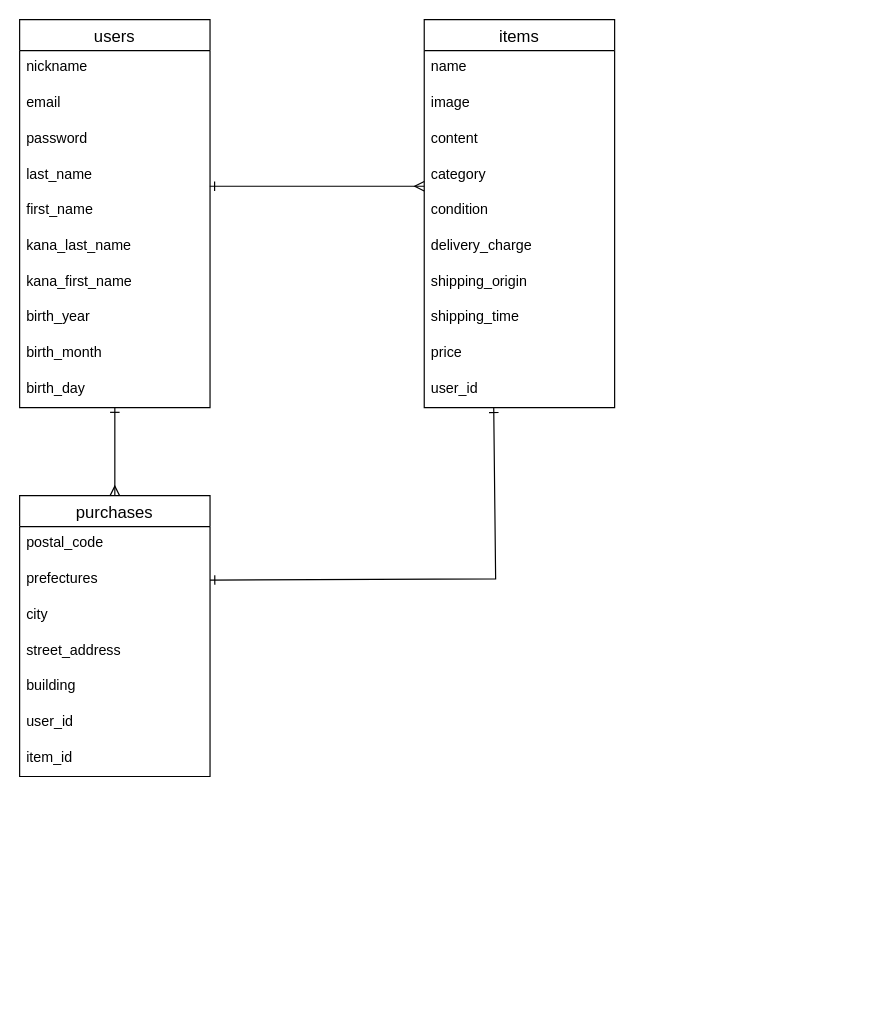
Before: furima.dio in Yosshi1988/furima-39805, a draw.io diagram. Source tidied: cells renumbered, new cells numbered last; positions are measured from the earlier drawing's top-left corner, leaving out a move shared by most shapes. Both pictures are drawn from the tidied source at 119%, with x=0, y=0 at pixel (19, 19).
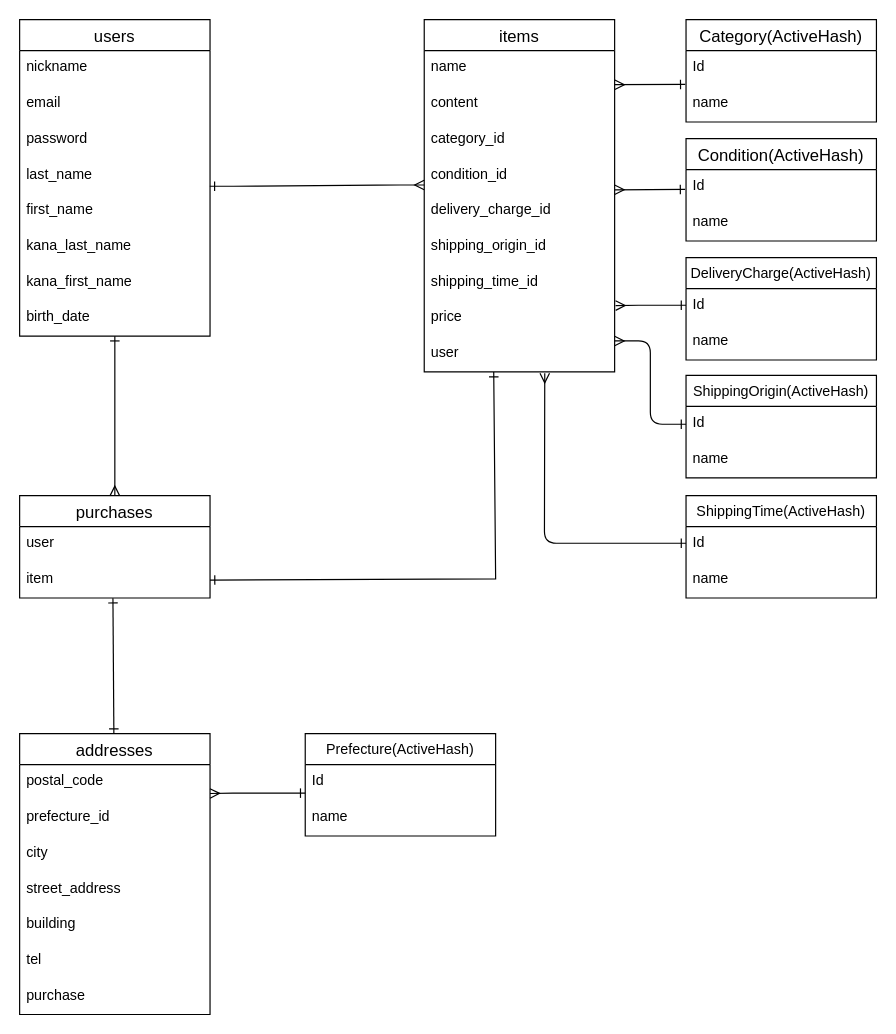
The same diagram, later.

Commit message (it also covers changes not shown here):
データーベース設計(修正)

The change refers to these unchanged cells:
```xml
<mxCell id="6" value="last_name" style="text;strokeColor=none;fillColor=none;spacingLeft=4;spacingRight=4;overflow=hidden;points=[[0,0.5],[1,0.5]];portConstraint=eastwest;fontSize=12;" parent="2" vertex="1">
  <mxGeometry y="116" width="160" height="30" as="geometry" />
</mxCell>
<mxCell id="14" value="name" style="text;strokeColor=none;fillColor=none;spacingLeft=4;spacingRight=4;overflow=hidden;points=[[0,0.5],[1,0.5]];portConstraint=eastwest;fontSize=12;" parent="13" vertex="1">
  <mxGeometry y="26" width="160" height="30" as="geometry" />
</mxCell>
```

The edit, as a diff of the source:
```diff
@@
     <mxCell id="2" value="users" style="swimlane;fontStyle=0;horizontal=1;startSize=26;align=center;fontSize=14;" parent="1" vertex="1">
-      <mxGeometry width="160" height="326" as="geometry" />
+      <mxGeometry width="160" height="266" as="geometry" />
     </mxCell>
@@
-    <mxCell id="10" value="birth_year" style="text;strokeColor=none;fillColor=none;spacingLeft=4;spacingRight=4;overflow=hidden;fontSize=12;" parent="2" vertex="1">
+    <mxCell id="10" value="birth_date" style="text;strokeColor=none;fillColor=none;spacingLeft=4;spacingRight=4;overflow=hidden;fontSize=12;" parent="2" vertex="1">
       <mxGeometry y="236" width="160" height="30" as="geometry" />
     </mxCell>
-    <mxCell id="11" value="birth_month" style="text;strokeColor=none;fillColor=none;spacingLeft=4;spacingRight=4;overflow=hidden;fontSize=12;" parent="2" vertex="1">
-      <mxGeometry y="266" width="160" height="30" as="geometry" />
-    </mxCell>
-    <mxCell id="12" value="birth_day" style="text;strokeColor=none;fillColor=none;spacingLeft=4;spacingRight=4;overflow=hidden;fontSize=12;" parent="2" vertex="1">
-      <mxGeometry y="296" width="160" height="30" as="geometry" />
-    </mxCell>
     <mxCell id="13" value="items" style="swimlane;fontStyle=0;horizontal=1;startSize=26;align=center;fontSize=14;" parent="1" vertex="1">
-      <mxGeometry x="340" width="160" height="326" as="geometry" />
+      <mxGeometry x="340" width="160" height="296" as="geometry" />
     </mxCell>
@@
-    <mxCell id="15" value="image" style="text;strokeColor=none;fillColor=none;spacingLeft=4;spacingRight=4;overflow=hidden;fontSize=12;" parent="13" vertex="1">
-      <mxGeometry y="56" width="160" height="30" as="geometry" />
-    </mxCell>
     <mxCell id="16" value="content" style="text;strokeColor=none;fillColor=none;spacingLeft=4;spacingRight=4;overflow=hidden;fontSize=12;" parent="13" vertex="1">
-      <mxGeometry y="86" width="160" height="30" as="geometry" />
+      <mxGeometry y="56" width="160" height="30" as="geometry" />
     </mxCell>
-    <mxCell id="17" value="category" style="text;strokeColor=none;fillColor=none;spacingLeft=4;spacingRight=4;overflow=hidden;points=[[0,0.5],[1,0.5]];portConstraint=eastwest;fontSize=12;" parent="13" vertex="1">
-      <mxGeometry y="116" width="160" height="30" as="geometry" />
+    <mxCell id="17" value="category_id" style="text;strokeColor=none;fillColor=none;spacingLeft=4;spacingRight=4;overflow=hidden;points=[[0,0.5],[1,0.5]];portConstraint=eastwest;fontSize=12;" parent="13" vertex="1">
+      <mxGeometry y="86" width="160" height="30" as="geometry" />
     </mxCell>
-    <mxCell id="18" value="condition" style="text;strokeColor=none;fillColor=none;spacingLeft=4;spacingRight=4;overflow=hidden;points=[[0,0.5],[1,0.5]];portConstraint=eastwest;fontSize=12;" parent="13" vertex="1">
-      <mxGeometry y="146" width="160" height="30" as="geometry" />
+    <mxCell id="18" value="condition_id" style="text;strokeColor=none;fillColor=none;spacingLeft=4;spacingRight=4;overflow=hidden;points=[[0,0.5],[1,0.5]];portConstraint=eastwest;fontSize=12;" parent="13" vertex="1">
+      <mxGeometry y="116" width="160" height="30" as="geometry" />
     </mxCell>
-    <mxCell id="19" value="delivery_charge" style="text;strokeColor=none;fillColor=none;spacingLeft=4;spacingRight=4;overflow=hidden;fontSize=12;" parent="13" vertex="1">
-      <mxGeometry y="176" width="160" height="30" as="geometry" />
+    <mxCell id="19" value="delivery_charge_id" style="text;strokeColor=none;fillColor=none;spacingLeft=4;spacingRight=4;overflow=hidden;fontSize=12;" parent="13" vertex="1">
+      <mxGeometry y="146" width="160" height="30" as="geometry" />
     </mxCell>
-    <mxCell id="20" value="shipping_origin" style="text;strokeColor=none;fillColor=none;spacingLeft=4;spacingRight=4;overflow=hidden;fontSize=12;" parent="13" vertex="1">
-      <mxGeometry y="206" width="160" height="30" as="geometry" />
+    <mxCell id="20" value="shipping_origin_id" style="text;strokeColor=none;fillColor=none;spacingLeft=4;spacingRight=4;overflow=hidden;fontSize=12;" parent="13" vertex="1">
+      <mxGeometry y="176" width="160" height="30" as="geometry" />
     </mxCell>
-    <mxCell id="21" value="shipping_time" style="text;strokeColor=none;fillColor=none;spacingLeft=4;spacingRight=4;overflow=hidden;fontSize=12;" parent="13" vertex="1">
-      <mxGeometry y="236" width="160" height="30" as="geometry" />
+    <mxCell id="21" value="shipping_time_id" style="text;strokeColor=none;fillColor=none;spacingLeft=4;spacingRight=4;overflow=hidden;fontSize=12;" parent="13" vertex="1">
+      <mxGeometry y="206" width="160" height="30" as="geometry" />
     </mxCell>
     <mxCell id="22" value="price" style="text;strokeColor=none;fillColor=none;spacingLeft=4;spacingRight=4;overflow=hidden;fontSize=12;" parent="13" vertex="1">
-      <mxGeometry y="266" width="160" height="30" as="geometry" />
+      <mxGeometry y="236" width="160" height="30" as="geometry" />
     </mxCell>
-    <mxCell id="23" value="user_id" style="text;strokeColor=none;fillColor=none;spacingLeft=4;spacingRight=4;overflow=hidden;points=[[0,0.5],[1,0.5]];portConstraint=eastwest;fontSize=12;" parent="13" vertex="1">
-      <mxGeometry y="296" width="160" height="30" as="geometry" />
+    <mxCell id="23" value="user" style="text;strokeColor=none;fillColor=none;spacingLeft=4;spacingRight=4;overflow=hidden;points=[[0,0.5],[1,0.5]];portConstraint=eastwest;fontSize=12;" parent="13" vertex="1">
+      <mxGeometry y="266" width="160" height="30" as="geometry" />
     </mxCell>
-    <mxCell id="24" value="purchases" style="swimlane;fontStyle=0;horizontal=1;startSize=26;align=center;fontSize=14;" parent="1" vertex="1">
-      <mxGeometry y="400" width="160" height="236" as="geometry" />
+    <mxCell id="24" value="addresses" style="swimlane;fontStyle=0;horizontal=1;startSize=26;align=center;fontSize=14;" parent="1" vertex="1">
+      <mxGeometry y="600" width="160" height="236" as="geometry" />
     </mxCell>
@@
-    <mxCell id="26" value="prefectures" style="text;strokeColor=none;fillColor=none;spacingLeft=4;spacingRight=4;overflow=hidden;points=[[0,0.5],[1,0.5]];portConstraint=eastwest;fontSize=12;" parent="24" vertex="1">
+    <mxCell id="26" value="prefecture_id" style="text;strokeColor=none;fillColor=none;spacingLeft=4;spacingRight=4;overflow=hidden;points=[[0,0.5],[1,0.5]];portConstraint=eastwest;fontSize=12;" parent="24" vertex="1">
       <mxGeometry y="56" width="160" height="30" as="geometry" />
     </mxCell>
@@
-    <mxCell id="30" value="user_id" style="text;strokeColor=none;fillColor=none;spacingLeft=4;spacingRight=4;overflow=hidden;fontSize=12;" parent="24" vertex="1">
+    <mxCell id="30" value="tel" style="text;strokeColor=none;fillColor=none;spacingLeft=4;spacingRight=4;overflow=hidden;fontSize=12;" parent="24" vertex="1">
       <mxGeometry y="176" width="160" height="30" as="geometry" />
     </mxCell>
-    <mxCell id="31" value="item_id" style="text;strokeColor=none;fillColor=none;spacingLeft=4;spacingRight=4;overflow=hidden;fontSize=12;" parent="24" vertex="1">
-      <mxGeometry y="206" width="160" height="30" as="geometry" />
-    </mxCell>
+    <mxCell id="35" value="purchase" style="text;strokeColor=none;fillColor=none;spacingLeft=4;spacingRight=4;overflow=hidden;fontSize=12;" parent="24" vertex="1">
+      <mxGeometry y="206" width="160" height="30" as="geometry" />
+    </mxCell>
-    <mxCell id="32" style="edgeStyle=entityRelationEdgeStyle;fontSize=12;html=1;endArrow=ERmany;strokeWidth=1;startSize=6;jumpSize=6;exitX=0.999;exitY=0.8;exitDx=0;exitDy=0;exitPerimeter=0;entryX=0;entryY=0.8;entryDx=0;entryDy=0;entryPerimeter=0;endFill=0;startArrow=ERone;startFill=0;" parent="1" edge="1" source="6" target="17">
+    <mxCell id="32" style="edgeStyle=entityRelationEdgeStyle;fontSize=12;html=1;endArrow=ERmany;strokeWidth=1;startSize=6;jumpSize=6;exitX=0.999;exitY=0.8;exitDx=0;exitDy=0;exitPerimeter=0;entryX=0;entryY=0.766;entryDx=0;entryDy=0;entryPerimeter=0;endFill=0;startArrow=ERone;startFill=0;" parent="1" edge="1" source="6" target="18">
       <mxGeometry relative="1" as="geometry" />
     </mxCell>
-    <mxCell id="33" style="endArrow=ERmany;html=1;rounded=0;strokeWidth=1;startSize=6;jumpSize=6;entryX=0.5;entryY=0;entryDx=0;entryDy=0;exitX=0.5;exitY=1;exitDx=0;exitDy=0;endFill=0;startArrow=ERone;startFill=0;" parent="1" edge="1" source="2" target="24">
+    <mxCell id="33" style="endArrow=ERmany;html=1;rounded=0;strokeWidth=1;startSize=6;jumpSize=6;exitX=0.5;exitY=1;exitDx=0;exitDy=0;endFill=0;startArrow=ERone;startFill=0;entryX=0.5;entryY=0;entryDx=0;entryDy=0;" parent="1" edge="1" source="2" target="56">
       <mxGeometry relative="1" as="geometry" />
     </mxCell>
-    <mxCell id="34" style="endArrow=ERone;html=1;rounded=0;strokeWidth=1;startSize=6;jumpSize=6;exitX=1;exitY=0.5;exitDx=0;exitDy=0;entryX=0.365;entryY=1.006;entryDx=0;entryDy=0;entryPerimeter=0;startArrow=ERone;startFill=0;endFill=0;" parent="1" edge="1" source="26" target="23">
+    <mxCell id="34" style="endArrow=ERone;html=1;rounded=0;strokeWidth=1;startSize=6;jumpSize=6;entryX=0.365;entryY=1.006;entryDx=0;entryDy=0;entryPerimeter=0;startArrow=ERone;startFill=0;endFill=0;exitX=1;exitY=0.5;exitDx=0;exitDy=0;" parent="1" edge="1" source="58" target="23">
       <mxGeometry relative="1" as="geometry">
         <Array as="points">
           <mxPoint x="400" y="470" />
         </Array>
       </mxGeometry>
     </mxCell>
+    <mxCell id="36" value="Category(ActiveHash)" style="swimlane;fontStyle=0;horizontal=1;startSize=26;align=center;fontSize=14;" parent="1" vertex="1">
+      <mxGeometry x="560" width="160" height="86" as="geometry" />
+    </mxCell>
+    <mxCell id="37" value="Id" style="text;strokeColor=none;fillColor=none;spacingLeft=4;spacingRight=4;overflow=hidden;points=[[0,0.5],[1,0.5]];portConstraint=eastwest;fontSize=12;" parent="36" vertex="1">
+      <mxGeometry y="26" width="160" height="30" as="geometry" />
+    </mxCell>
+    <mxCell id="38" value="name" style="text;strokeColor=none;fillColor=none;spacingLeft=4;spacingRight=4;overflow=hidden;fontSize=12;" parent="36" vertex="1">
+      <mxGeometry y="56" width="160" height="30" as="geometry" />
+    </mxCell>
+    <mxCell id="39" value="Condition(ActiveHash)" style="swimlane;fontStyle=0;horizontal=1;startSize=26;align=center;fontSize=14;" parent="1" vertex="1">
+      <mxGeometry x="560" y="100" width="160" height="86" as="geometry" />
+    </mxCell>
+    <mxCell id="40" value="Id" style="text;strokeColor=none;fillColor=none;spacingLeft=4;spacingRight=4;overflow=hidden;fontSize=12;" parent="39" vertex="1">
+      <mxGeometry y="26" width="160" height="30" as="geometry" />
+    </mxCell>
+    <mxCell id="41" value="name" style="text;strokeColor=none;fillColor=none;spacingLeft=4;spacingRight=4;overflow=hidden;fontSize=12;" parent="39" vertex="1">
+      <mxGeometry y="56" width="160" height="30" as="geometry" />
+    </mxCell>
+    <mxCell id="42" value="DeliveryCharge(ActiveHash)" style="swimlane;fontStyle=0;horizontal=1;startSize=26;align=center;fontSize=12;" parent="1" vertex="1">
+      <mxGeometry x="560" y="200" width="160" height="86" as="geometry" />
+    </mxCell>
+    <mxCell id="43" value="Id" style="text;strokeColor=none;fillColor=none;spacingLeft=4;spacingRight=4;overflow=hidden;fontSize=12;" parent="42" vertex="1">
+      <mxGeometry y="26" width="160" height="30" as="geometry" />
+    </mxCell>
+    <mxCell id="44" value="name" style="text;strokeColor=none;fillColor=none;spacingLeft=4;spacingRight=4;overflow=hidden;fontSize=12;" parent="42" vertex="1">
+      <mxGeometry y="56" width="160" height="30" as="geometry" />
+    </mxCell>
+    <mxCell id="45" value="ShippingOrigin(ActiveHash)" style="swimlane;fontStyle=0;horizontal=1;startSize=26;align=center;fontSize=12;" parent="1" vertex="1">
+      <mxGeometry x="560" y="299" width="160" height="86" as="geometry" />
+    </mxCell>
+    <mxCell id="46" value="Id" style="text;strokeColor=none;fillColor=none;spacingLeft=4;spacingRight=4;overflow=hidden;points=[[0,0.5],[1,0.5]];portConstraint=eastwest;fontSize=12;" parent="45" vertex="1">
+      <mxGeometry y="26" width="160" height="30" as="geometry" />
+    </mxCell>
+    <mxCell id="47" value="name" style="text;strokeColor=none;fillColor=none;spacingLeft=4;spacingRight=4;overflow=hidden;fontSize=12;" parent="45" vertex="1">
+      <mxGeometry y="56" width="160" height="30" as="geometry" />
+    </mxCell>
+    <mxCell id="48" value="ShippingTime(ActiveHash)" style="swimlane;fontStyle=0;horizontal=1;startSize=26;align=center;fontSize=12;" parent="1" vertex="1">
+      <mxGeometry x="560" y="400" width="160" height="86" as="geometry" />
+    </mxCell>
+    <mxCell id="49" value="Id" style="text;strokeColor=none;fillColor=none;spacingLeft=4;spacingRight=4;overflow=hidden;fontSize=12;" parent="48" vertex="1">
+      <mxGeometry y="26" width="160" height="30" as="geometry" />
+    </mxCell>
+    <mxCell id="50" value="name" style="text;strokeColor=none;fillColor=none;spacingLeft=4;spacingRight=4;overflow=hidden;fontSize=12;" parent="48" vertex="1">
+      <mxGeometry y="56" width="160" height="30" as="geometry" />
+    </mxCell>
+    <mxCell id="51" style="endArrow=ERone;html=1;rounded=0;strokeWidth=1;fontSize=12;startSize=6;jumpSize=6;entryX=-0.004;entryY=0.947;entryDx=0;entryDy=0;entryPerimeter=0;exitX=1.001;exitY=0.956;exitDx=0;exitDy=0;exitPerimeter=0;endFill=0;startArrow=ERmany;startFill=0;" parent="1" edge="1" source="14" target="37">
+      <mxGeometry relative="1" as="geometry" />
+    </mxCell>
+    <mxCell id="52" style="endArrow=ERone;html=1;rounded=0;strokeWidth=1;fontSize=12;startSize=6;jumpSize=6;entryX=-0.004;entryY=0.947;entryDx=0;entryDy=0;entryPerimeter=0;exitX=1.001;exitY=0.956;exitDx=0;exitDy=0;exitPerimeter=0;endFill=0;startArrow=ERmany;startFill=0;" parent="1" edge="1">
+      <mxGeometry relative="1" as="geometry">
+        <mxPoint x="500" y="143" as="sourcePoint" />
+        <mxPoint x="559.2" y="142.7" as="targetPoint" />
+      </mxGeometry>
+    </mxCell>
+    <mxCell id="53" style="endArrow=ERone;html=1;rounded=0;strokeWidth=1;fontSize=12;startSize=6;jumpSize=6;entryX=-0.004;entryY=0.947;entryDx=0;entryDy=0;entryPerimeter=0;exitX=1.001;exitY=0.956;exitDx=0;exitDy=0;exitPerimeter=0;endFill=0;startArrow=ERmany;startFill=0;" parent="1" edge="1">
+      <mxGeometry relative="1" as="geometry">
+        <mxPoint x="500.8" y="240.3" as="sourcePoint" />
+        <mxPoint x="560" y="240" as="targetPoint" />
+        <Array as="points">
+          <mxPoint x="520" y="240" />
+          <mxPoint x="530" y="240" />
+        </Array>
+      </mxGeometry>
+    </mxCell>
+    <mxCell id="54" style="edgeStyle=entityRelationEdgeStyle;fontSize=12;html=1;endArrow=ERone;strokeWidth=1;startSize=6;jumpSize=6;entryX=0;entryY=0.5;entryDx=0;entryDy=0;exitX=1;exitY=0.133;exitDx=0;exitDy=0;startArrow=ERmany;startFill=0;endFill=0;exitPerimeter=0;" parent="1" edge="1" source="23" target="46">
+      <mxGeometry relative="1" as="geometry" />
+    </mxCell>
+    <mxCell id="55" style="edgeStyle=none;jumpSize=6;html=1;strokeWidth=1;fontSize=12;startArrow=ERone;startFill=0;endArrow=ERmany;endFill=0;startSize=6;entryX=0.633;entryY=1.04;entryDx=0;entryDy=0;entryPerimeter=0;" parent="1" edge="1" target="23">
+      <mxGeometry relative="1" as="geometry">
+        <mxPoint x="560" y="440" as="sourcePoint" />
+        <Array as="points">
+          <mxPoint x="441" y="440" />
+        </Array>
+      </mxGeometry>
+    </mxCell>
+    <mxCell id="56" value="purchases" style="swimlane;fontStyle=0;horizontal=1;startSize=26;align=center;fontSize=14;" parent="1" vertex="1">
+      <mxGeometry y="400" width="160" height="86" as="geometry" />
+    </mxCell>
+    <mxCell id="57" value="user" style="text;strokeColor=none;fillColor=none;spacingLeft=4;spacingRight=4;overflow=hidden;fontSize=12;" parent="56" vertex="1">
+      <mxGeometry y="26" width="160" height="30" as="geometry" />
+    </mxCell>
+    <mxCell id="58" value="item" style="text;strokeColor=none;fillColor=none;spacingLeft=4;spacingRight=4;overflow=hidden;points=[[0,0.5],[1,0.5]];portConstraint=eastwest;fontSize=12;" parent="56" vertex="1">
+      <mxGeometry y="56" width="160" height="30" as="geometry" />
+    </mxCell>
+    <mxCell id="59" style="endArrow=ERone;html=1;rounded=0;strokeWidth=1;fontSize=12;startSize=6;jumpSize=6;exitX=0.49;exitY=1.006;exitDx=0;exitDy=0;exitPerimeter=0;endFill=0;startArrow=ERone;startFill=0;" parent="1" edge="1" source="58" target="24">
+      <mxGeometry relative="1" as="geometry" />
+    </mxCell>
+    <mxCell id="60" value="Prefecture(ActiveHash)" style="swimlane;fontStyle=0;horizontal=1;startSize=26;align=center;fontSize=12;" parent="1" vertex="1">
+      <mxGeometry x="240" y="600" width="160" height="86" as="geometry" />
+    </mxCell>
+    <mxCell id="61" value="Id" style="text;strokeColor=none;fillColor=none;spacingLeft=4;spacingRight=4;overflow=hidden;points=[[0,0.5],[1,0.5]];portConstraint=eastwest;fontSize=12;" parent="60" vertex="1">
+      <mxGeometry y="26" width="160" height="30" as="geometry" />
+    </mxCell>
+    <mxCell id="62" value="name" style="text;strokeColor=none;fillColor=none;spacingLeft=4;spacingRight=4;overflow=hidden;fontSize=12;" parent="60" vertex="1">
+      <mxGeometry y="56" width="160" height="30" as="geometry" />
+    </mxCell>
+    <mxCell id="63" style="endArrow=ERone;html=1;rounded=0;strokeWidth=1;fontSize=12;startSize=6;jumpSize=6;entryX=0;entryY=0.8;entryDx=0;entryDy=0;entryPerimeter=0;exitX=1.001;exitY=0.956;exitDx=0;exitDy=0;exitPerimeter=0;endFill=0;startArrow=ERmany;startFill=0;" parent="1" edge="1" target="61">
+      <mxGeometry relative="1" as="geometry">
+        <mxPoint x="160" y="650.3" as="sourcePoint" />
+        <Array as="points">
+          <mxPoint x="179.2" y="650" />
+          <mxPoint x="189.2" y="650" />
+        </Array>
+      </mxGeometry>
+    </mxCell>
```
